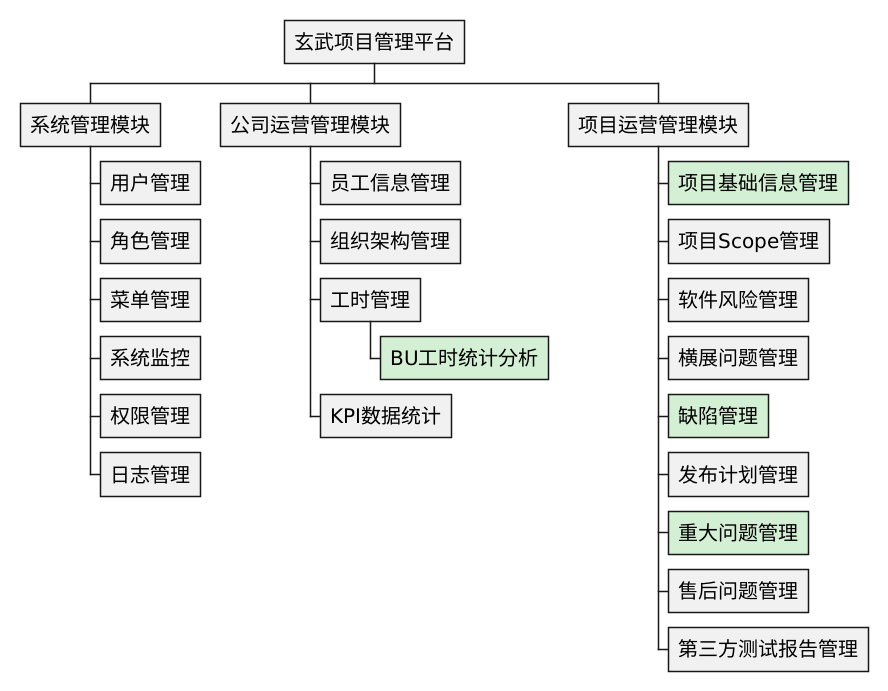
Moon-Knight1/SEU-Graduation-Thesis-Template keeps this PlantUML diagram as imgs/玄武功能模块图Detail.png. Above is the earlier version.
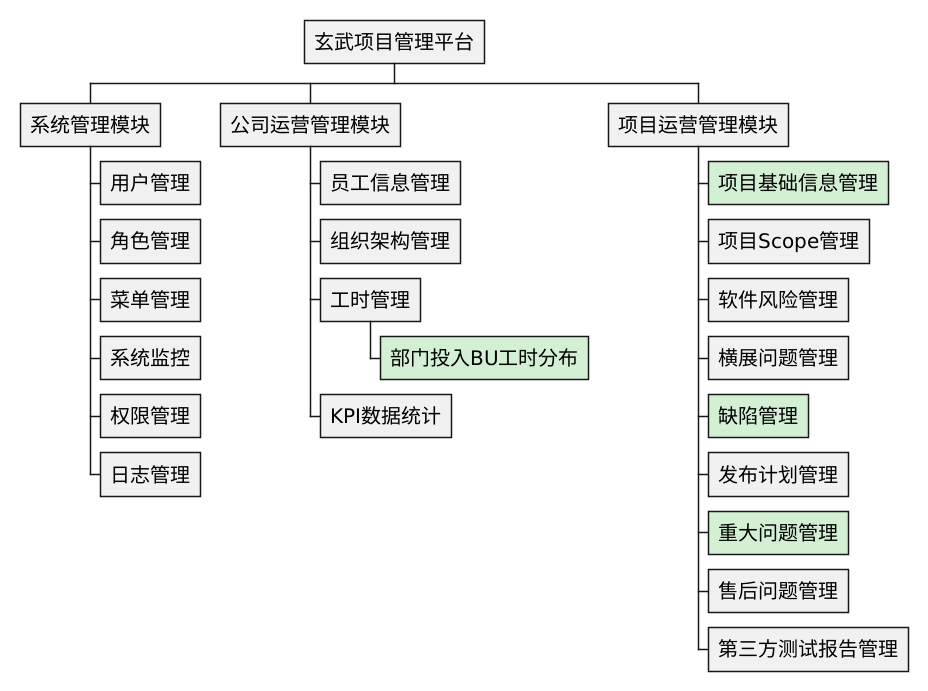
The same file after the commit.

Change to the diagram source:
```diff
@@ -31,7 +31,7 @@
 *** 员工信息管理
 *** 组织架构管理
 *** 工时管理
-**** BU工时统计分析 <<highlight-green>>
+**** 部门投入BU工时分布 <<highlight-green>>
 *** KPI数据统计
 ** 项目运营管理模块
 *** 项目基础信息管理 <<highlight-green>>
```
